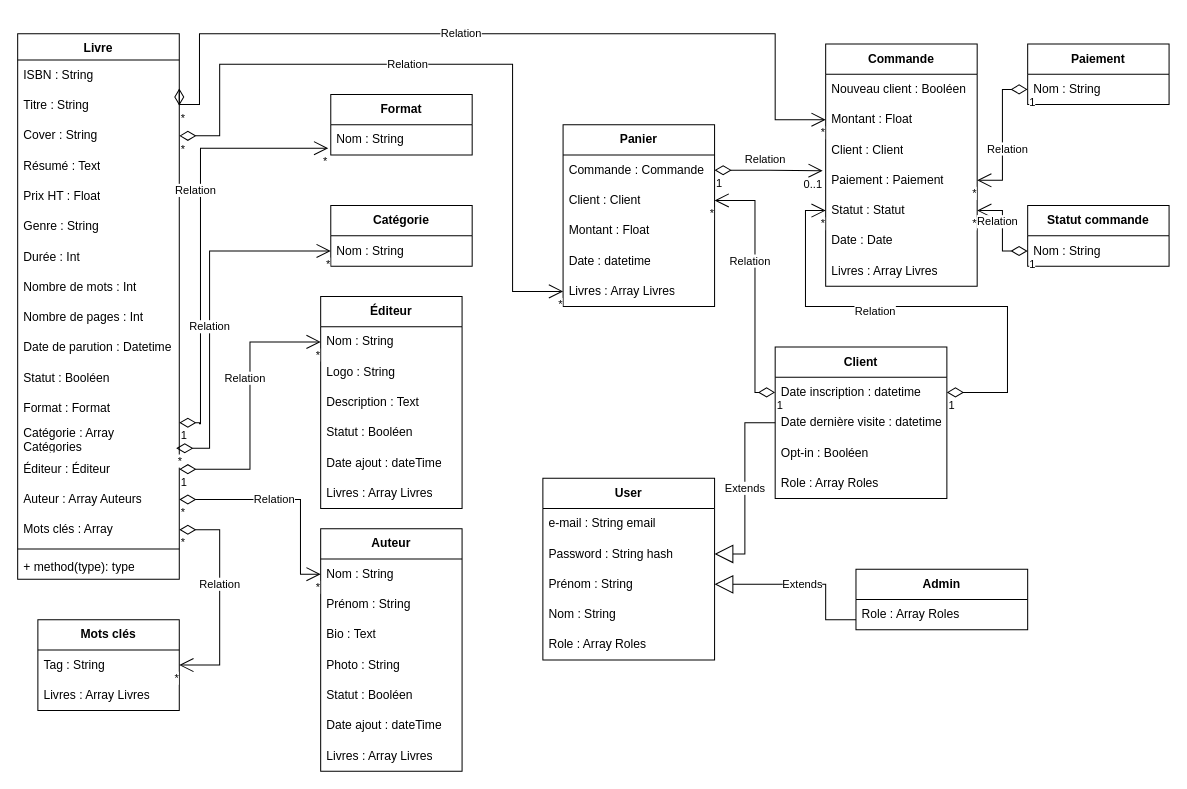
cbeauquel/Neobook keeps this draw.io diagram as classes_neobook.drawio. Above is the earlier version. Source tidied: cells renumbered, new cells numbered last; positions are measured from the earlier drawing's top-left corner, leaving out a move shared by most shapes. Both pictures are drawn from the tidied source at 101%, with x=0, y=0 at pixel (17, 33).
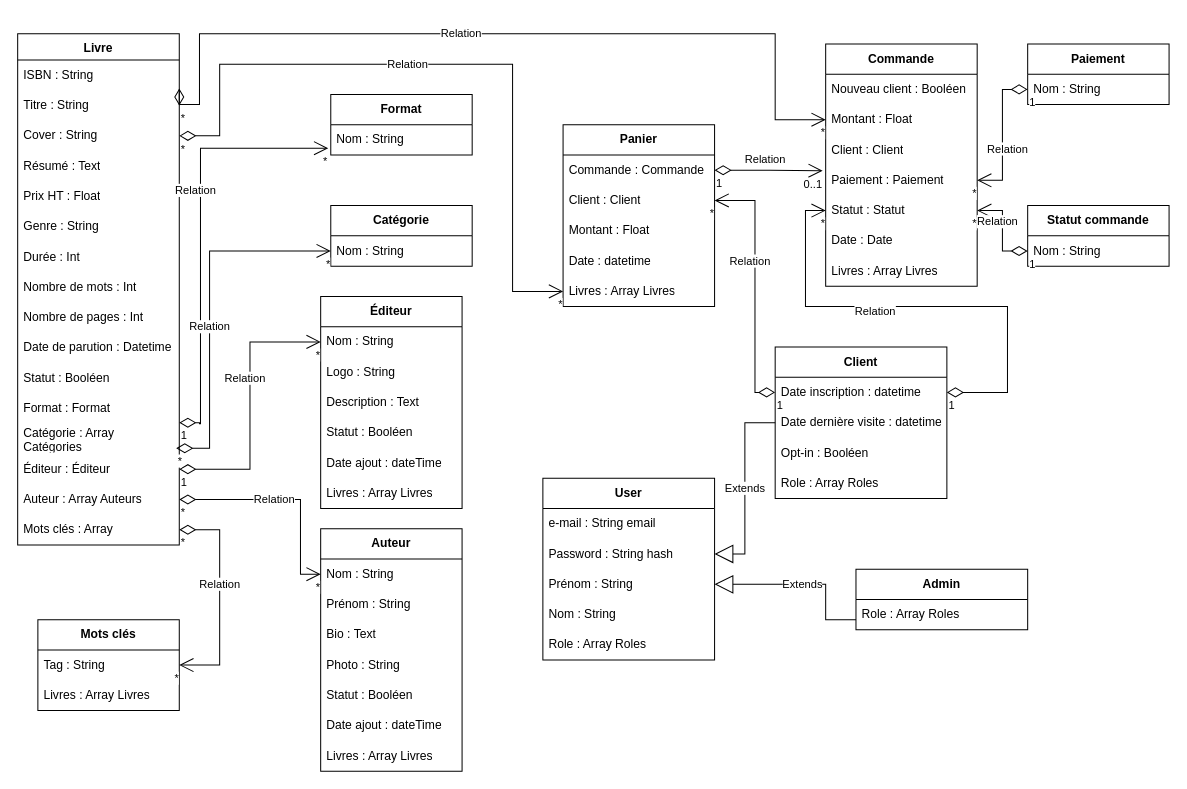
After the change.

Commit message (it also covers changes not shown here):
Mettre à jour classes_neobook.drawio

Diff of the diagram source:
```diff
@@
     <mxCell id="44" value="Livre" style="swimlane;fontStyle=1;align=center;verticalAlign=top;horizontal=1;startSize=26;whiteSpace=wrap;html=1;" parent="1" vertex="1">
-      <mxGeometry width="160" height="540" as="geometry" />
+      <mxGeometry width="160" height="506" as="geometry" />
     </mxCell>
@@
-    <mxCell id="64" style="line;strokeWidth=1;fillColor=none;align=left;verticalAlign=middle;spacingTop=-1;spacingLeft=3;spacingRight=3;labelPosition=right;strokeColor=inherit;" parent="44" vertex="1">
-      <mxGeometry y="506" width="160" height="8" as="geometry" />
-    </mxCell>
-    <mxCell id="65" value="+ method(type): type" style="text;strokeColor=none;fillColor=none;align=left;verticalAlign=top;spacingLeft=4;spacingRight=4;overflow=hidden;whiteSpace=wrap;html=1;" parent="44" vertex="1">
-      <mxGeometry y="514" width="160" height="26" as="geometry" />
-    </mxCell>
```
